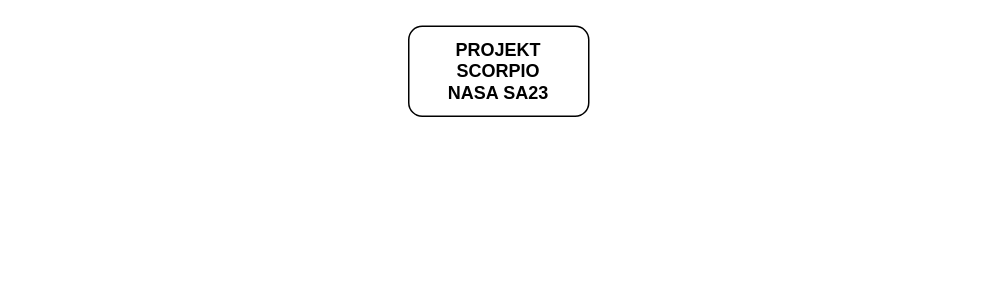
This is NSA23.drawio from michal107/NasaSpaceAps23, a draw.io file, before an edit. Source tidied: cells renumbered, new cells numbered last; positions are measured from the earlier drawing's top-left corner, leaving out a move shared by most shapes. Both pictures are drawn from the tidied source at 150%, with x=0, y=0 at pixel (408, 26).
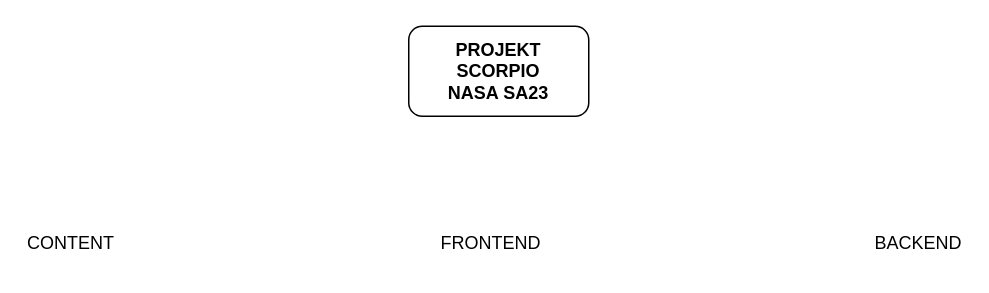
After the change.

Diff of the diagram source:
```diff
@@
 <mxGraphModel>
   <root>
     <mxCell id="0" />
     <mxCell id="1" parent="0" />
     <mxCell id="2" value="PROJEKT&lt;br&gt;SCORPIO&lt;br&gt;NASA SA23" style="rounded=1;whiteSpace=wrap;html=1;fontStyle=1;" parent="1" vertex="1">
       <mxGeometry width="120" height="60" as="geometry" />
     </mxCell>
+    <mxCell id="3" value="FRONTEND" style="text;html=1;strokeColor=none;fillColor=none;align=center;verticalAlign=middle;whiteSpace=wrap;rounded=0;" parent="1" vertex="1">
+      <mxGeometry x="25" y="130" width="60" height="30" as="geometry" />
+    </mxCell>
+    <mxCell id="4" value="BACKEND" style="text;html=1;strokeColor=none;fillColor=none;align=center;verticalAlign=middle;whiteSpace=wrap;rounded=0;" parent="1" vertex="1">
+      <mxGeometry x="310" y="130" width="60" height="30" as="geometry" />
+    </mxCell>
+    <mxCell id="5" value="CONTENT" style="text;html=1;strokeColor=none;fillColor=none;align=center;verticalAlign=middle;whiteSpace=wrap;rounded=0;" parent="1" vertex="1">
+      <mxGeometry x="-255" y="130" width="60" height="30" as="geometry" />
+    </mxCell>
   </root>
 </mxGraphModel>
```
